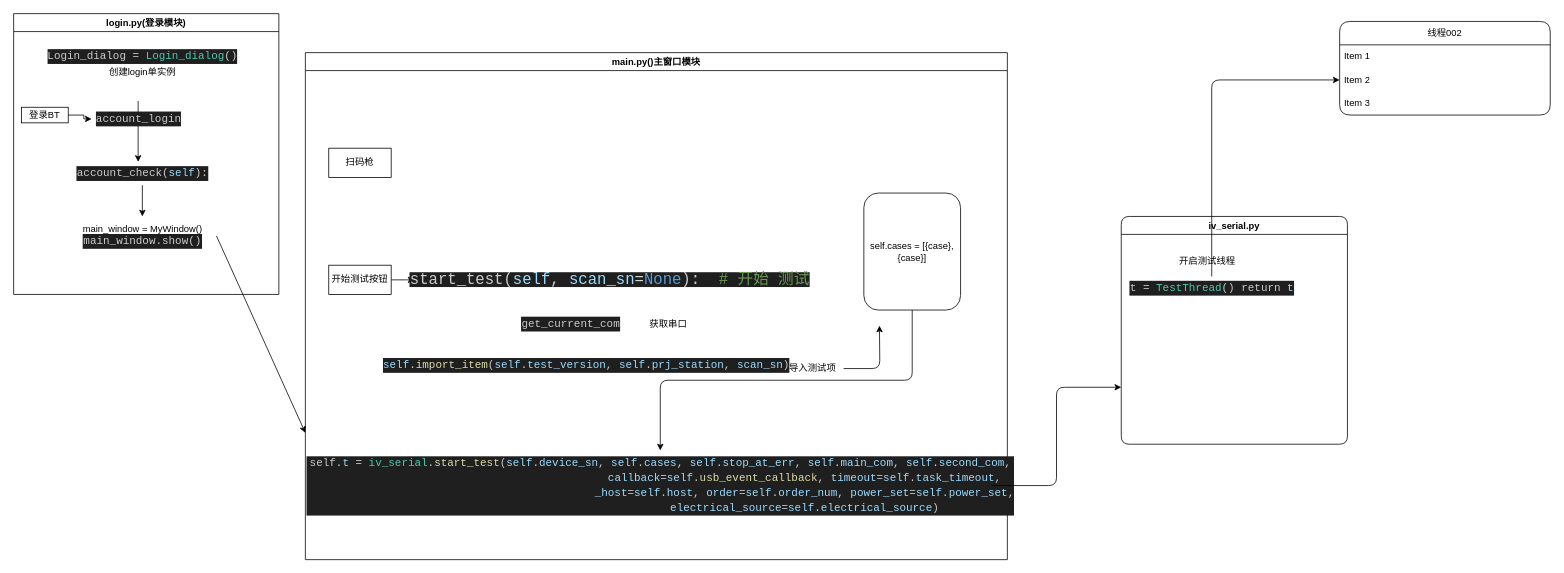
Above: 未命名绘图.drawio in youngharry99/myrepo (draw.io), before the change. Source tidied: cells renumbered, new cells numbered last; positions are measured from the earlier drawing's top-left corner, leaving out a move shared by most shapes. Both pictures are drawn from the tidied source at 78%, with x=0, y=0 at pixel (13, 13).
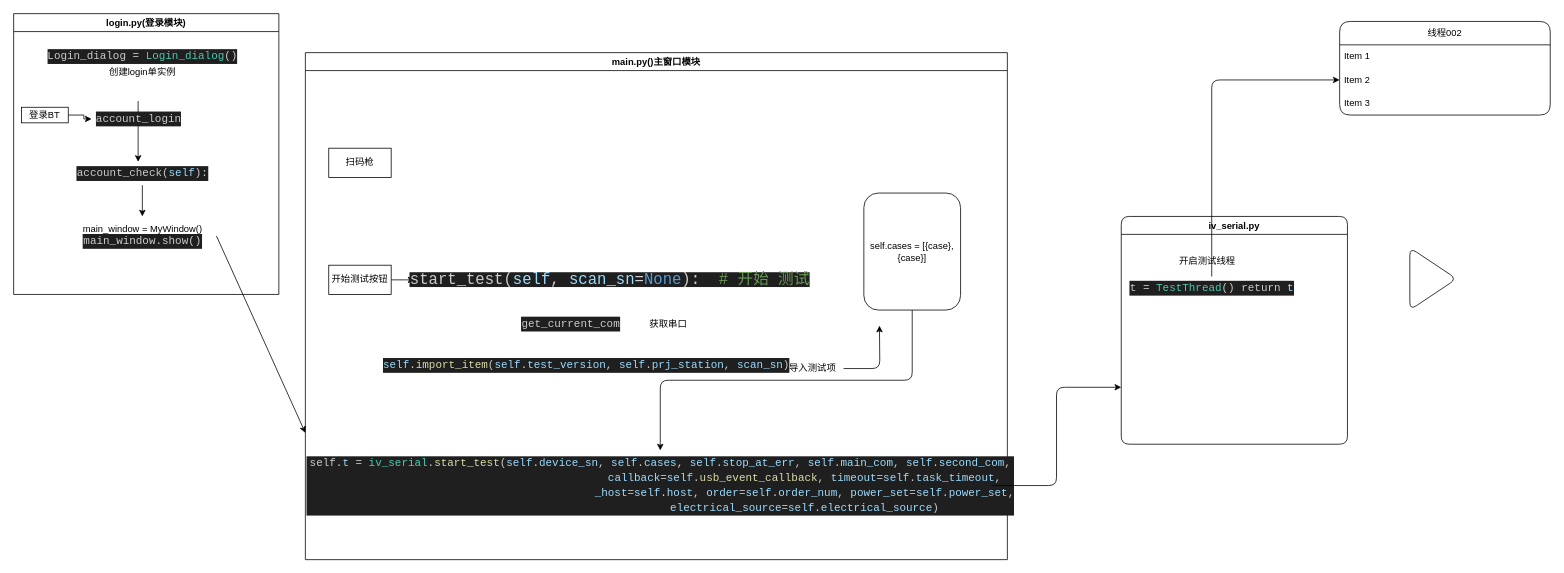
The same page after the edit.

Change to the diagram source:
```diff
@@
+    <mxCell id="36" style="triangle;whiteSpace=wrap;html=1;rounded=1;" parent="1" vertex="1">
+      <mxGeometry x="1790" y="300" width="60" height="80" as="geometry" />
+    </mxCell>
```
